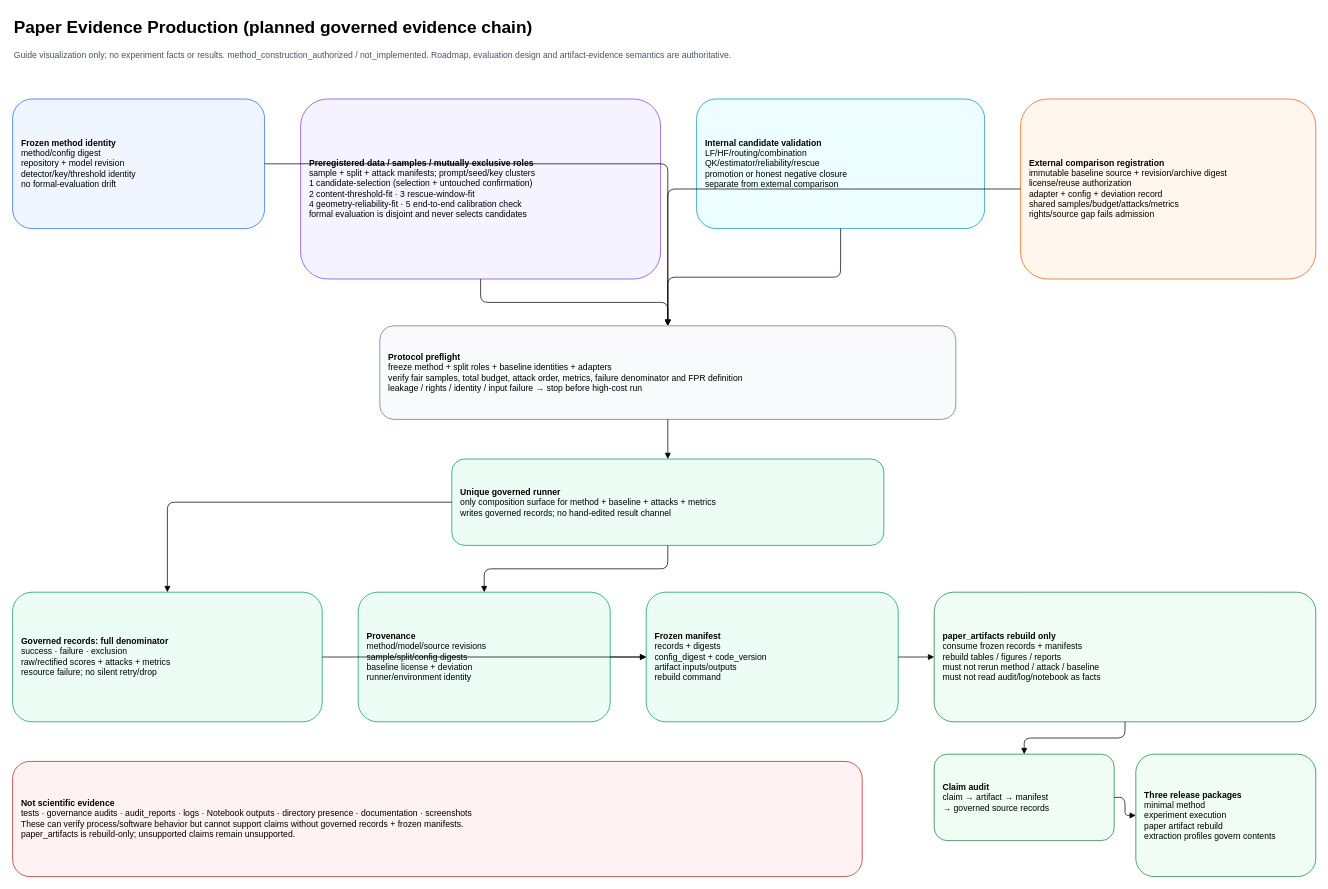
Above: docs/guides/diagrams/paper_evidence_production.drawio in RICHAAARC/CEG-WM (draw.io), before the change. Source tidied: cells renumbered, new cells numbered last; positions are measured from the earlier drawing's top-left corner, leaving out a move shared by most shapes. Both pictures are drawn from the tidied source at 72%, with x=0, y=0 at pixel (12, 12).
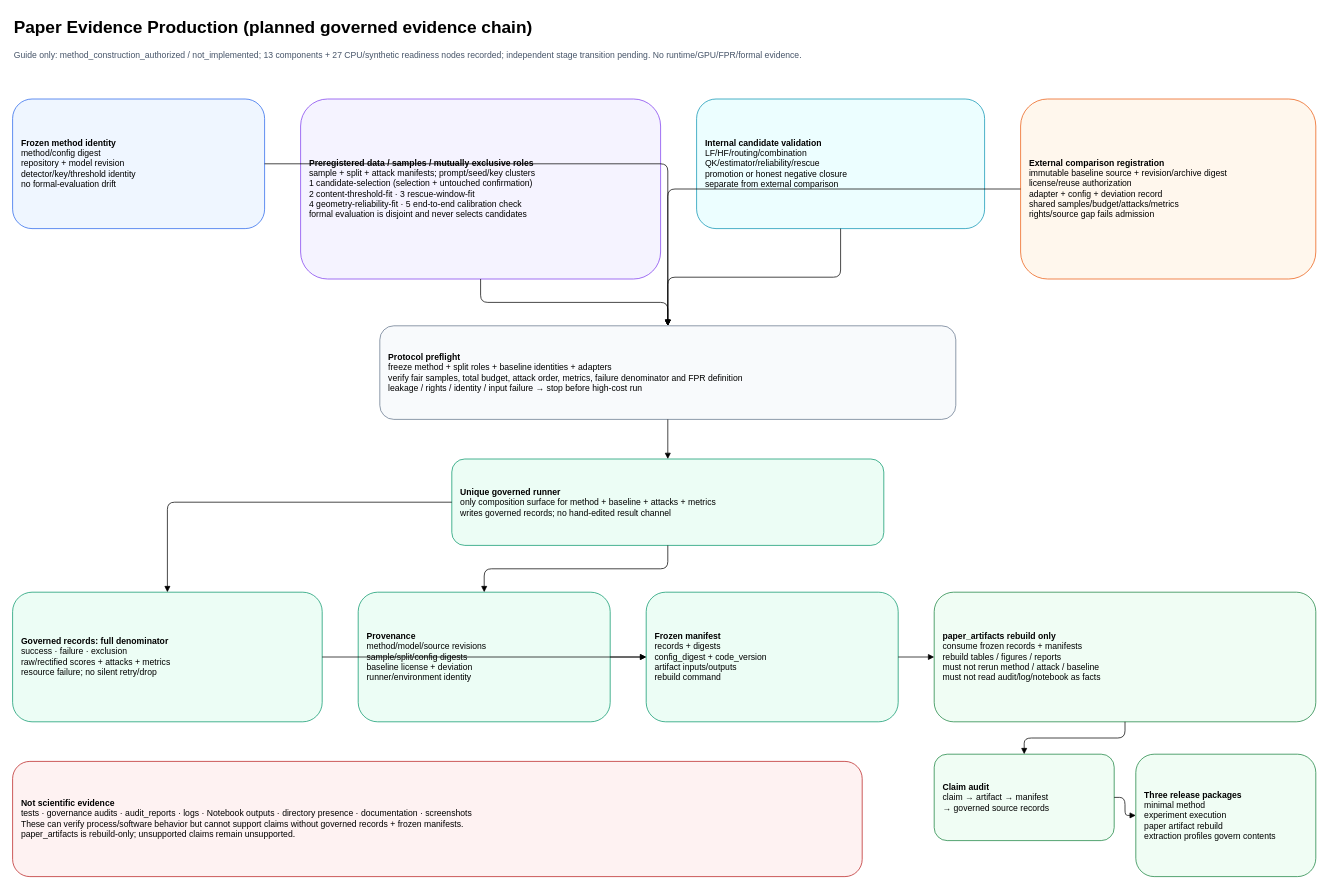
After the change.

What changed in the source:
```diff
@@
-    <mxCell id="3" value="Guide visualization only; no experiment facts or results. method_construction_authorized / not_implemented. Roadmap, evaluation design and artifact-evidence semantics are authoritative." style="text;html=1;fontSize=12;align=left;fontColor=#475569;" parent="1" vertex="1">
+    <mxCell id="3" value="Guide only: method_construction_authorized / not_implemented; 13 components + 27 CPU/synthetic readiness nodes recorded; independent stage transition pending. No runtime/GPU/FPR/formal evidence." style="text;html=1;fontSize=12;align=left;fontColor=#475569;" parent="1" vertex="1">
       <mxGeometry y="45" width="1500" height="45" as="geometry" />
     </mxCell>
```
